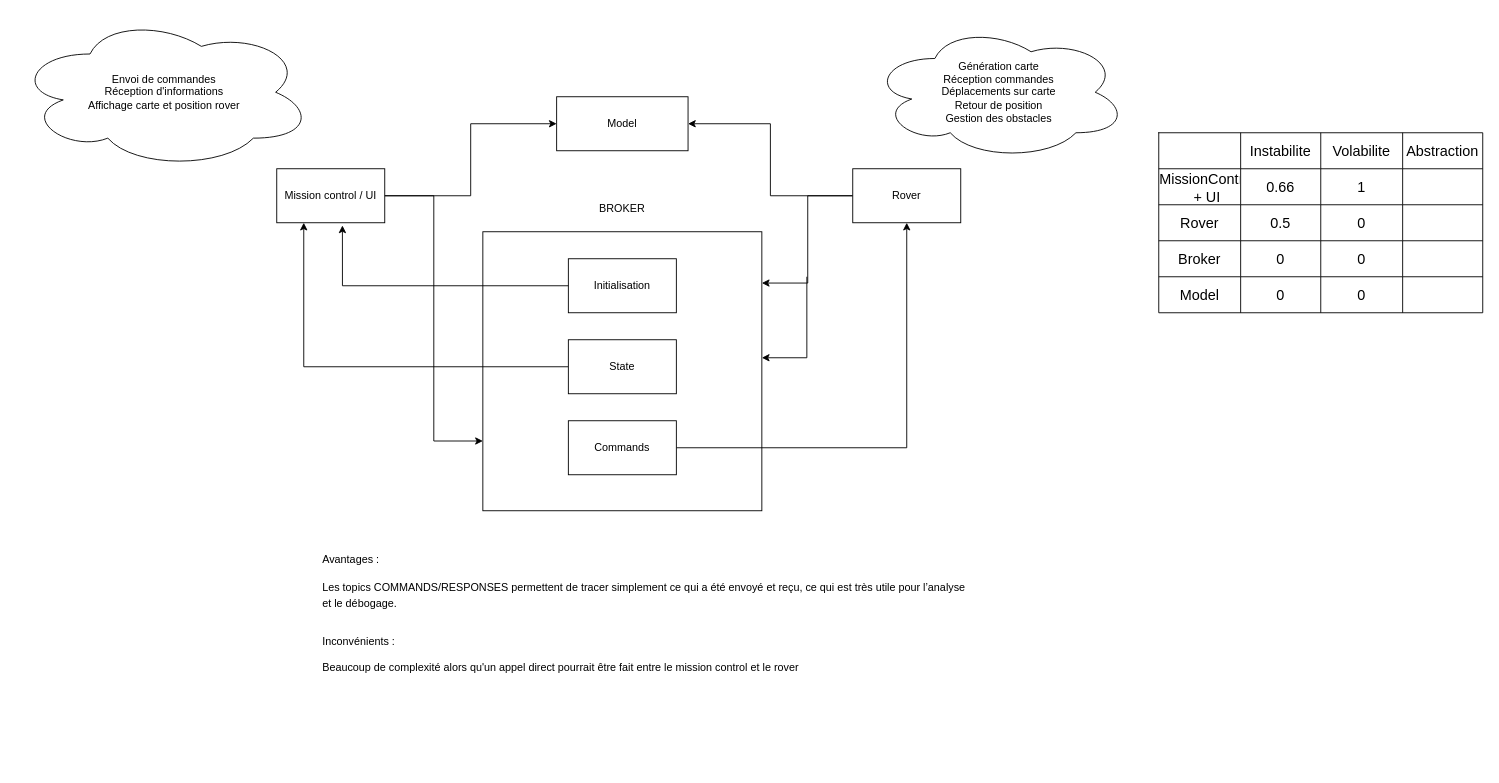
Earlier version of the draw.io diagram page "Schéma" (2 of 3) of schema.drawio (pvayssier/archi_logiciel). Source tidied: cells renumbered, new cells numbered last; positions are measured from the earlier drawing's top-left corner, leaving out a move shared by most shapes. Both pictures are drawn from the tidied source at 90%, with x=0, y=0 at pixel (15, 15).
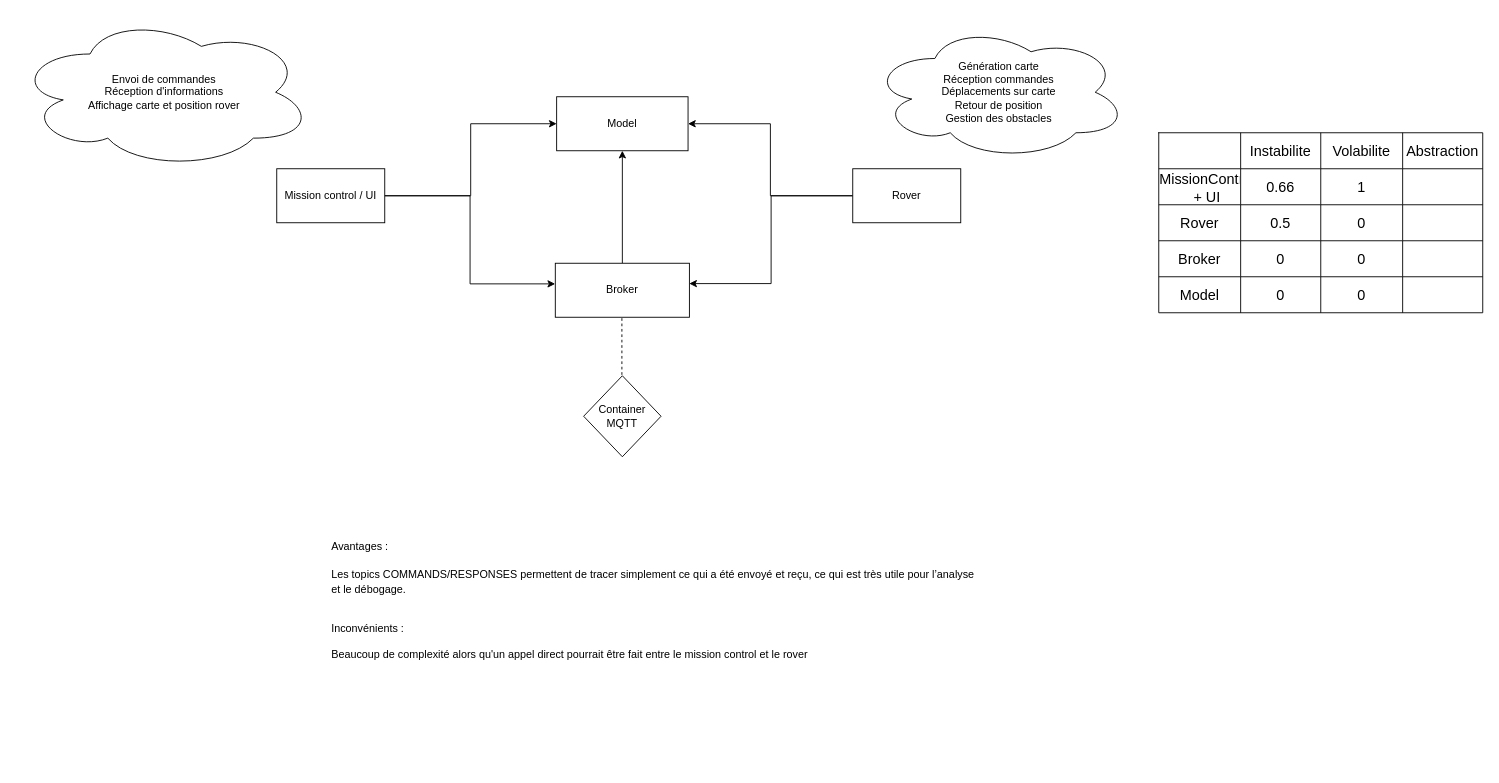
The same page after the edit.

Commit message:
Mettre à jour schema.drawio

The change refers to these unchanged cells:
```xml
<mxCell id="6" value="Rover" style="rounded=0;whiteSpace=wrap;html=1;" parent="1" vertex="1">
  <mxGeometry x="930" y="170" width="120" height="60" as="geometry" />
</mxCell>
<mxCell id="8" value="Mission control / UI" style="rounded=0;whiteSpace=wrap;html=1;" parent="1" vertex="1">
  <mxGeometry x="290" y="170" width="120" height="60" as="geometry" />
</mxCell>
<mxCell id="17" value="Model" style="rounded=0;whiteSpace=wrap;html=1;" parent="1" vertex="1">
  <mxGeometry x="601" y="90" width="146" height="60" as="geometry" />
</mxCell>
```

Change to the diagram source:
```diff
@@
-    <mxCell id="2" style="edgeStyle=orthogonalEdgeStyle;rounded=0;orthogonalLoop=1;jettySize=auto;html=1;" parent="1" edge="1">
-      <mxGeometry relative="1" as="geometry">
-        <mxPoint x="879" y="290" as="sourcePoint" />
-        <mxPoint x="829" y="380" as="targetPoint" />
-        <Array as="points">
-          <mxPoint x="879" y="380" />
-        </Array>
-      </mxGeometry>
-    </mxCell>
+    <mxCell id="47" style="edgeStyle=orthogonalEdgeStyle;rounded=0;jettySize=auto;html=1;entryX=0.5;entryY=1;entryDx=0;entryDy=0;" parent="1" edge="1" source="3" target="17">
+      <mxGeometry relative="1" as="geometry" />
+    </mxCell>
     <mxCell id="3" style="rounded=0;whiteSpace=wrap;html=1;" parent="1" vertex="1">
-      <mxGeometry x="519" y="240" width="310" height="310" as="geometry" />
+      <mxGeometry x="599.5" y="275" width="149" height="60" as="geometry" />
     </mxCell>
+    <mxCell id="5" style="edgeStyle=orthogonalEdgeStyle;rounded=0;jettySize=auto;html=1;exitX=0;exitY=0.5;exitDx=0;exitDy=0;entryX=1;entryY=0.5;entryDx=0;entryDy=0;" parent="1" edge="1" source="6" target="17">
+      <mxGeometry relative="1" as="geometry" />
+    </mxCell>
-    <mxCell id="4" style="edgeStyle=orthogonalEdgeStyle;rounded=0;jettySize=auto;html=1;exitX=0;exitY=0.5;exitDx=0;exitDy=0;" parent="1" edge="1" source="6" target="3">
-      <mxGeometry relative="1" as="geometry">
-        <Array as="points">
-          <mxPoint x="880" y="200" />
-          <mxPoint x="880" y="297" />
-        </Array>
-      </mxGeometry>
+    <mxCell id="4" style="edgeStyle=orthogonalEdgeStyle;rounded=0;jettySize=auto;html=1;entryX=0.999;entryY=0.377;entryDx=0;entryDy=0;entryPerimeter=0;" parent="1" edge="1" source="6" target="3">
+      <mxGeometry relative="1" as="geometry" />
     </mxCell>
-    <mxCell id="5" style="edgeStyle=orthogonalEdgeStyle;rounded=0;jettySize=auto;html=1;exitX=0;exitY=0.5;exitDx=0;exitDy=0;entryX=1;entryY=0.5;entryDx=0;entryDy=0;" parent="1" edge="1" source="6" target="17">
-      <mxGeometry relative="1" as="geometry" />
-    </mxCell>
@@
-    <mxCell id="9" value="Initialisation" style="rounded=0;whiteSpace=wrap;html=1;" parent="1" vertex="1">
-      <mxGeometry x="614" y="270" width="120" height="60" as="geometry" />
-    </mxCell>
-    <mxCell id="10" style="edgeStyle=orthogonalEdgeStyle;rounded=0;jettySize=auto;html=1;entryX=0.5;entryY=1;entryDx=0;entryDy=0;" parent="1" edge="1" source="11" target="6">
-      <mxGeometry relative="1" as="geometry" />
-    </mxCell>
-    <mxCell id="11" value="Commands" style="rounded=0;whiteSpace=wrap;html=1;" parent="1" vertex="1">
-      <mxGeometry x="614" y="450" width="120" height="60" as="geometry" />
-    </mxCell>
-    <mxCell id="12" value="BROKER" style="text;html=1;align=center;verticalAlign=middle;whiteSpace=wrap;rounded=0;" parent="1" vertex="1">
-      <mxGeometry x="644" y="200" width="60" height="30" as="geometry" />
+    <mxCell id="12" value="Broker" style="text;html=1;align=center;verticalAlign=middle;whiteSpace=wrap;rounded=0;" parent="1" vertex="1">
+      <mxGeometry x="644" y="290" width="60" height="30" as="geometry" />
     </mxCell>
     <mxCell id="13" value="&lt;h3 style=&quot;text-align: left;&quot;&gt;&lt;span style=&quot;background-color: transparent; color: light-dark(rgb(0, 0, 0), rgb(255, 255, 255)); font-size: 12px; font-weight: normal;&quot;&gt;Avantages :&lt;/span&gt;&lt;/h3&gt;&lt;h3 style=&quot;text-align: left;&quot;&gt;&lt;span style=&quot;background-color: transparent; color: light-dark(rgb(0, 0, 0), rgb(255, 255, 255)); font-size: 12px; font-weight: normal;&quot;&gt;Les topics COMMANDS/RESPONSES permettent de tracer simplement ce qui a été envoyé et reçu, ce qui est très utile pour l’analyse et le débogage.&lt;/span&gt;&lt;/h3&gt;&lt;div style=&quot;text-align: left;&quot;&gt;&lt;span style=&quot;background-color: transparent; color: light-dark(rgb(0, 0, 0), rgb(255, 255, 255)); font-size: 12px; font-weight: normal;&quot;&gt;&lt;br&gt;&lt;/span&gt;&lt;/div&gt;&lt;div style=&quot;text-align: left;&quot;&gt;&lt;span style=&quot;background-color: transparent; color: light-dark(rgb(0, 0, 0), rgb(255, 255, 255)); font-size: 12px; font-weight: normal;&quot;&gt;Inconvénients :&lt;br&gt;&lt;br&gt;Beaucoup de complexité alors qu'un appel direct pourrait être fait entre le mission control et le rover&amp;nbsp;&lt;/span&gt;&lt;/div&gt;&lt;div style=&quot;text-align: left;&quot;&gt;&lt;span style=&quot;background-color: transparent; color: light-dark(rgb(0, 0, 0), rgb(255, 255, 255)); font-size: 12px; font-weight: normal;&quot;&gt;&lt;br&gt;&lt;/span&gt;&lt;/div&gt;&lt;div style=&quot;text-align: left;&quot;&gt;&lt;span style=&quot;background-color: transparent; color: light-dark(rgb(0, 0, 0), rgb(255, 255, 255)); font-size: 12px; font-weight: normal;&quot;&gt;&lt;br&gt;&lt;/span&gt;&lt;/div&gt;&lt;div&gt;&lt;br&gt;&lt;/div&gt;" style="text;strokeColor=none;align=center;fillColor=none;html=1;verticalAlign=middle;whiteSpace=wrap;rounded=0;" parent="1" vertex="1">
-      <mxGeometry x="340" y="520" width="720" height="315" as="geometry" />
+      <mxGeometry x="350" y="505" width="720" height="315" as="geometry" />
     </mxCell>
-    <mxCell id="14" style="edgeStyle=orthogonalEdgeStyle;rounded=0;jettySize=auto;html=1;entryX=0;entryY=0.75;entryDx=0;entryDy=0;" parent="1" edge="1" source="8" target="3">
+    <mxCell id="14" style="edgeStyle=orthogonalEdgeStyle;rounded=0;jettySize=auto;html=1;entryX=-0.001;entryY=0.382;entryDx=0;entryDy=0;entryPerimeter=0;" parent="1" edge="1" source="8" target="3">
       <mxGeometry relative="1" as="geometry" />
     </mxCell>
@@
-    <mxCell id="44" style="edgeStyle=orthogonalEdgeStyle;rounded=0;jettySize=auto;html=1;entryX=0.25;entryY=1;entryDx=0;entryDy=0;" parent="1" edge="1" source="45" target="8">
-      <mxGeometry relative="1" as="geometry" />
-    </mxCell>
-    <mxCell id="45" value="State" style="rounded=0;whiteSpace=wrap;html=1;" parent="1" vertex="1">
-      <mxGeometry x="614" y="360" width="120" height="60" as="geometry" />
-    </mxCell>
-    <mxCell id="46" style="edgeStyle=orthogonalEdgeStyle;rounded=0;jettySize=auto;html=1;entryX=0.608;entryY=1.05;entryDx=0;entryDy=0;entryPerimeter=0;" parent="1" edge="1" source="9" target="8">
-      <mxGeometry relative="1" as="geometry" />
-    </mxCell>
+    <mxCell id="48" style="endArrow=none;dashed=1;html=1;rounded=0;" parent="1" edge="1">
+      <mxGeometry relative="1" as="geometry">
+        <mxPoint x="673.5" y="405" as="sourcePoint" />
+        <mxPoint x="673.5" y="335" as="targetPoint" />
+      </mxGeometry>
+    </mxCell>
+    <mxCell id="49" value="Container&lt;div&gt;MQTT&lt;/div&gt;" style="rhombus;whiteSpace=wrap;html=1;" parent="1" vertex="1">
+      <mxGeometry x="631" y="400" width="86" height="90" as="geometry" />
+    </mxCell>
```
